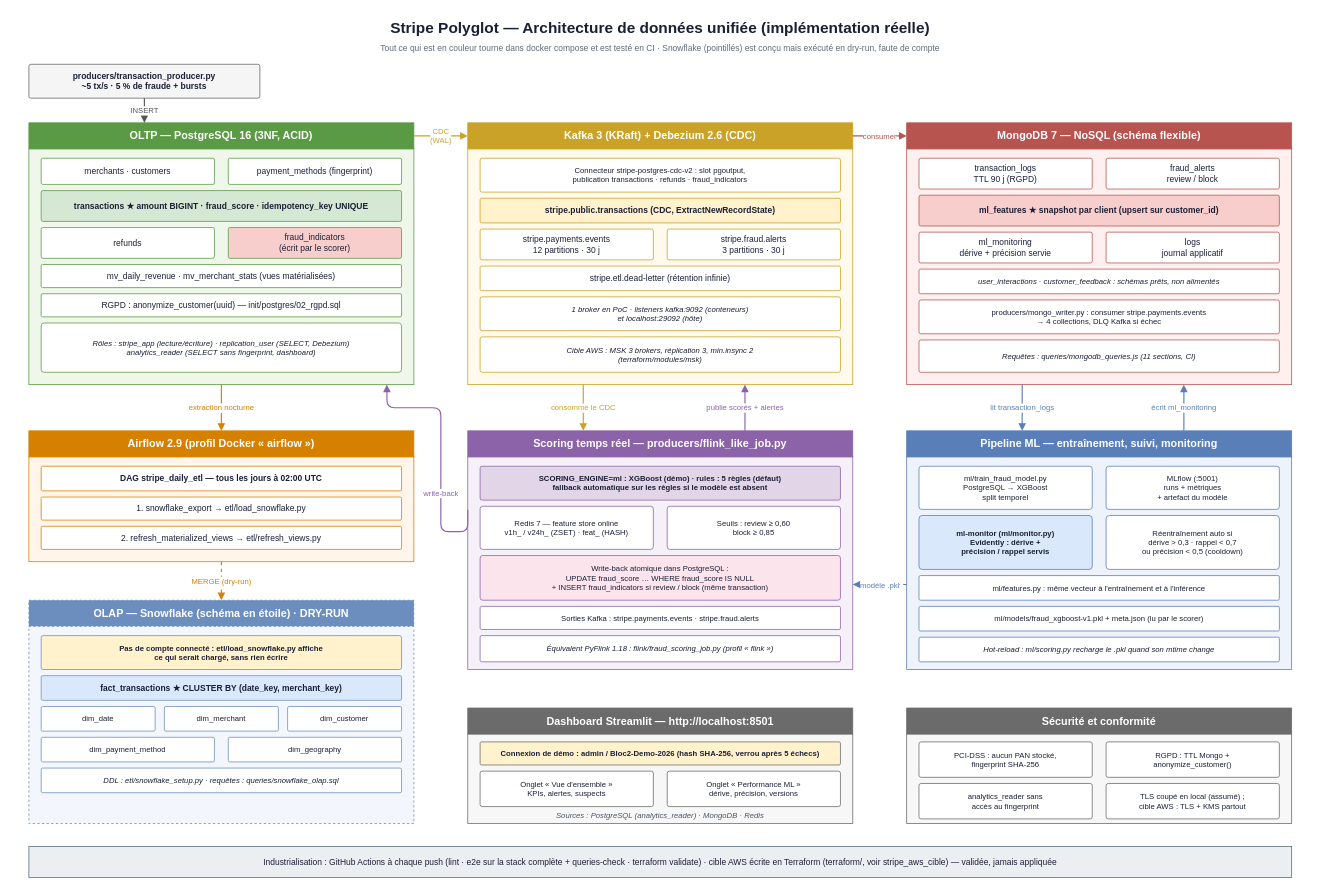
Above: presentation/stripe_architecture_globale.drawio in PDUCLOS/BLOC2-STRIPE (draw.io), before the change. Source tidied: cells renumbered, new cells numbered last; positions are measured from the earlier drawing's top-left corner, leaving out a move shared by most shapes. Both pictures are drawn from the tidied source at 77%, with x=0, y=0 at pixel (13, 13).
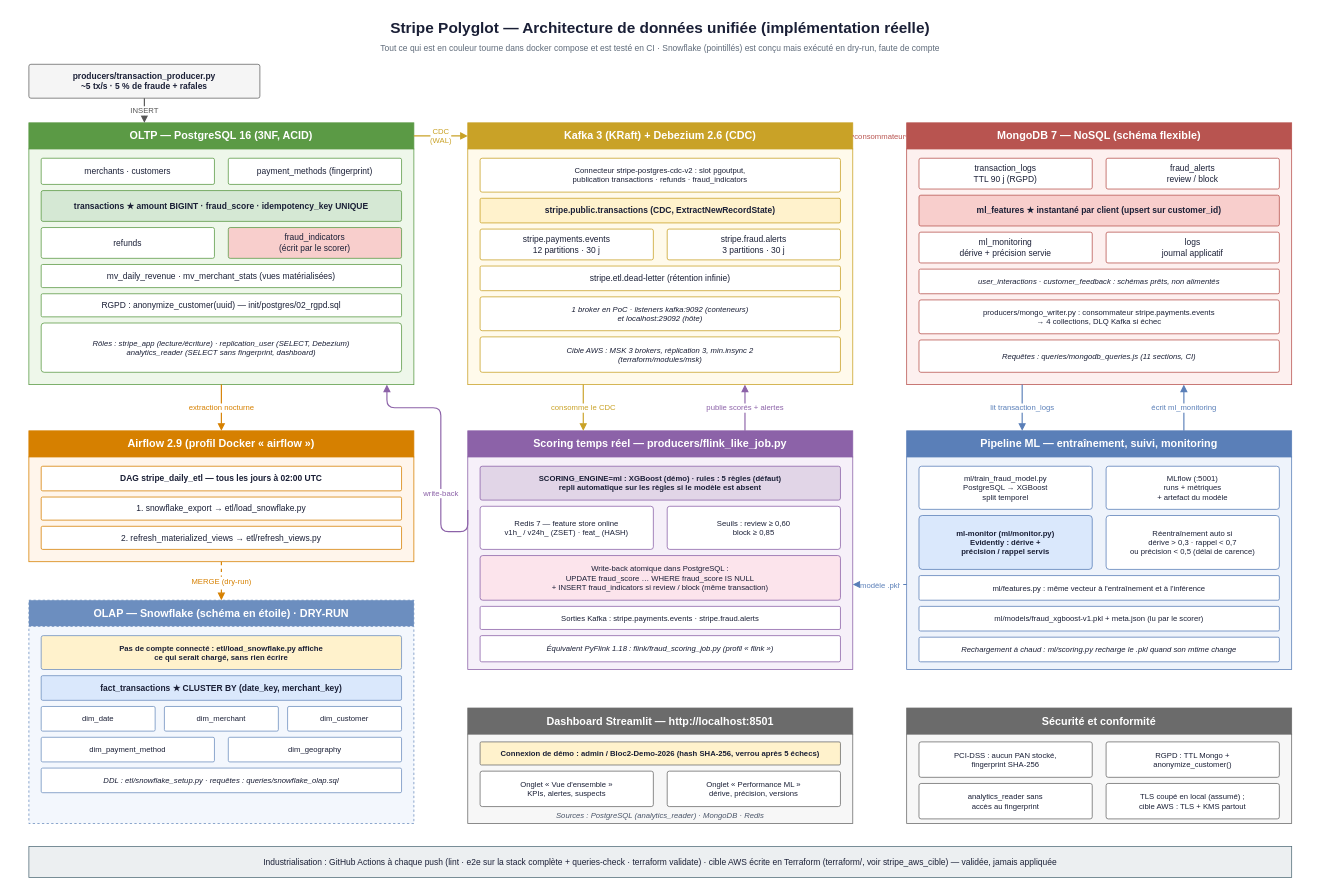
The same diagram, later.

Unchanged cells that the change refers to:
```xml
<mxCell id="15" value="Kafka 3 (KRaft) + Debezium 2.6 (CDC)" style="rounded=0;whiteSpace=wrap;html=1;fillColor=#c9a227;strokeColor=#c9a227;fontSize=14;fontColor=#ffffff;align=center;verticalAlign=middle;arcSize=6;fontStyle=1;spacingLeft=6;spacingRight=6;" parent="1" vertex="1">
  <mxGeometry x="590" y="142" width="500" height="34" as="geometry" />
</mxCell>
<mxCell id="24" value="MongoDB 7 — NoSQL (schéma flexible)" style="rounded=0;whiteSpace=wrap;html=1;fillColor=#b85450;strokeColor=#b85450;fontSize=14;fontColor=#ffffff;align=center;verticalAlign=middle;arcSize=6;fontStyle=1;spacingLeft=6;spacingRight=6;" parent="1" vertex="1">
  <mxGeometry x="1160" y="142" width="500" height="34" as="geometry" />
</mxCell>
```

What changed in the source:
```diff
@@
-    <mxCell id="4" value="producers/transaction_producer.py&lt;br&gt;~5 tx/s · 5 % de fraude + bursts" style="rounded=1;whiteSpace=wrap;html=1;fillColor=#f5f5f5;strokeColor=#666666;fontSize=11;fontColor=#1a1f36;align=center;verticalAlign=middle;arcSize=6;fontStyle=1;spacingLeft=6;spacingRight=6;" parent="1" vertex="1">
+    <mxCell id="4" value="producers/transaction_producer.py&lt;br&gt;~5 tx/s · 5 % de fraude + rafales" style="rounded=1;whiteSpace=wrap;html=1;fillColor=#f5f5f5;strokeColor=#666666;fontSize=11;fontColor=#1a1f36;align=center;verticalAlign=middle;arcSize=6;fontStyle=1;spacingLeft=6;spacingRight=6;" parent="1" vertex="1">
       <mxGeometry x="20" y="66" width="300" height="44" as="geometry" />
     </mxCell>
@@
-    <mxCell id="28" value="ml_features ★ snapshot par client (upsert sur customer_id)" style="rounded=1;whiteSpace=wrap;html=1;fillColor=#f8cecc;strokeColor=#b85450;fontSize=11;fontColor=#1a1f36;align=center;verticalAlign=middle;arcSize=6;fontStyle=1;spacingLeft=6;spacingRight=6;" parent="1" vertex="1">
+    <mxCell id="28" value="ml_features ★ instantané par client (upsert sur customer_id)" style="rounded=1;whiteSpace=wrap;html=1;fillColor=#f8cecc;strokeColor=#b85450;fontSize=11;fontColor=#1a1f36;align=center;verticalAlign=middle;arcSize=6;fontStyle=1;spacingLeft=6;spacingRight=6;" parent="1" vertex="1">
       <mxGeometry x="1176" y="236" width="468" height="40" as="geometry" />
     </mxCell>
@@
-    <mxCell id="32" value="producers/mongo_writer.py : consumer stripe.payments.events&lt;br&gt;→ 4 collections, DLQ Kafka si échec" style="rounded=1;whiteSpace=wrap;html=1;fillColor=#ffffff;strokeColor=#b85450;fontSize=10;fontColor=#1a1f36;align=center;verticalAlign=middle;arcSize=6;fontStyle=0;spacingLeft=6;spacingRight=6;" parent="1" vertex="1">
+    <mxCell id="32" value="producers/mongo_writer.py : consommateur stripe.payments.events&lt;br&gt;→ 4 collections, DLQ Kafka si échec" style="rounded=1;whiteSpace=wrap;html=1;fillColor=#ffffff;strokeColor=#b85450;fontSize=10;fontColor=#1a1f36;align=center;verticalAlign=middle;arcSize=6;fontStyle=0;spacingLeft=6;spacingRight=6;" parent="1" vertex="1">
       <mxGeometry x="1176" y="372" width="468" height="44" as="geometry" />
     </mxCell>
@@
-    <mxCell id="41" value="SCORING_ENGINE=ml : XGBoost (démo) · rules : 5 règles (défaut)&lt;br&gt;fallback automatique sur les règles si le modèle est absent" style="rounded=1;whiteSpace=wrap;html=1;fillColor=#e1d5e7;strokeColor=#8c62a8;fontSize=10;fontColor=#1a1f36;align=center;verticalAlign=middle;arcSize=6;fontStyle=1;spacingLeft=6;spacingRight=6;" parent="1" vertex="1">
+    <mxCell id="41" value="SCORING_ENGINE=ml : XGBoost (démo) · rules : 5 règles (défaut)&lt;br&gt;repli automatique sur les règles si le modèle est absent" style="rounded=1;whiteSpace=wrap;html=1;fillColor=#e1d5e7;strokeColor=#8c62a8;fontSize=10;fontColor=#1a1f36;align=center;verticalAlign=middle;arcSize=6;fontStyle=1;spacingLeft=6;spacingRight=6;" parent="1" vertex="1">
       <mxGeometry x="606" y="588" width="468" height="44" as="geometry" />
     </mxCell>
@@
-    <mxCell id="52" value="Réentraînement auto si&lt;br&gt;dérive &gt; 0,3 · rappel &lt; 0,7&lt;br&gt;ou précision &lt; 0,5 (cooldown)" style="rounded=1;whiteSpace=wrap;html=1;fillColor=#ffffff;strokeColor=#5a7fb8;fontSize=10;fontColor=#1a1f36;align=center;verticalAlign=middle;arcSize=6;fontStyle=0;spacingLeft=6;spacingRight=6;" parent="1" vertex="1">
+    <mxCell id="52" value="Réentraînement auto si&lt;br&gt;dérive &gt; 0,3 · rappel &lt; 0,7&lt;br&gt;ou précision &lt; 0,5 (délai de carence)" style="rounded=1;whiteSpace=wrap;html=1;fillColor=#ffffff;strokeColor=#5a7fb8;fontSize=10;fontColor=#1a1f36;align=center;verticalAlign=middle;arcSize=6;fontStyle=0;spacingLeft=6;spacingRight=6;" parent="1" vertex="1">
       <mxGeometry x="1419" y="652" width="225" height="70" as="geometry" />
     </mxCell>
@@
-    <mxCell id="55" value="Hot-reload : ml/scoring.py recharge le .pkl quand son mtime change" style="rounded=1;whiteSpace=wrap;html=1;fillColor=#ffffff;strokeColor=#5a7fb8;fontSize=10;fontColor=#1a1f36;align=center;verticalAlign=middle;arcSize=6;fontStyle=2;spacingLeft=6;spacingRight=6;" parent="1" vertex="1">
+    <mxCell id="55" value="Rechargement à chaud : ml/scoring.py recharge le .pkl quand son mtime change" style="rounded=1;whiteSpace=wrap;html=1;fillColor=#ffffff;strokeColor=#5a7fb8;fontSize=10;fontColor=#1a1f36;align=center;verticalAlign=middle;arcSize=6;fontStyle=2;spacingLeft=6;spacingRight=6;" parent="1" vertex="1">
       <mxGeometry x="1176" y="810" width="468" height="32" as="geometry" />
     </mxCell>
@@
-    <mxCell id="84" value="consumer" style="edgeStyle=orthogonalEdgeStyle;rounded=1;html=1;strokeColor=#b85450;strokeWidth=1.5;fontSize=10;fontColor=#b85450;startArrow=none;endArrow=block;endFill=1;startFill=0;labelBackgroundColor=#ffffff;exitX=1;exitY=0.5;exitDx=0;exitDy=0;entryX=0;entryY=0.5;entryDx=0;entryDy=0;" parent="1" edge="1" source="15" target="24">
+    <mxCell id="84" value="consommateur" style="edgeStyle=orthogonalEdgeStyle;rounded=1;html=1;strokeColor=#b85450;strokeWidth=1.5;fontSize=10;fontColor=#b85450;startArrow=none;endArrow=block;endFill=1;startFill=0;labelBackgroundColor=#ffffff;exitX=1;exitY=0.5;exitDx=0;exitDy=0;entryX=0;entryY=0.5;entryDx=0;entryDy=0;" parent="1" edge="1" source="15" target="24">
       <mxGeometry relative="1" as="geometry" />
     </mxCell>
```
